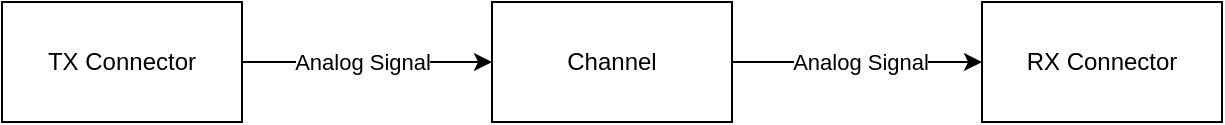
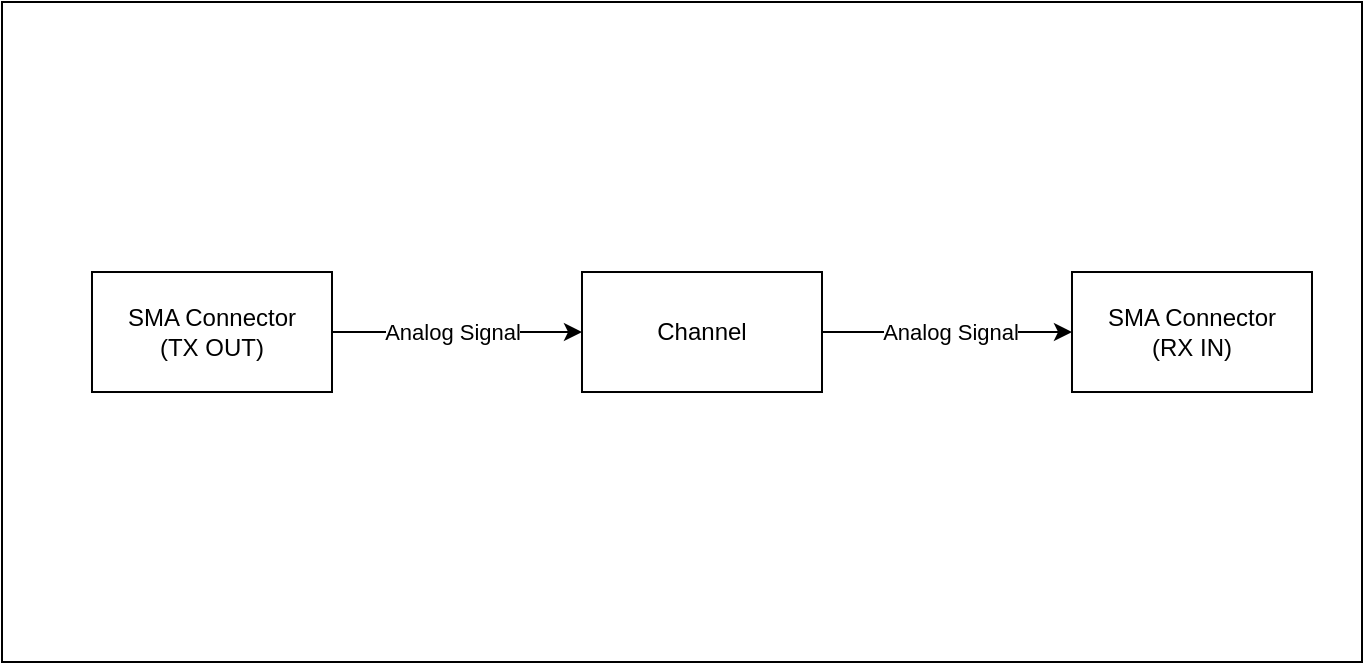
<mxfile host="app.diagrams.net">
  <diagram name="Page-1" id="cBwh0aEz-au7Wqg0l_V9">
-     <mxGraphModel dx="1012" dy="556" grid="1" gridSize="10" guides="1" tooltips="1" connect="1" arrows="1" fold="1" page="1" pageScale="1" pageWidth="850" pageHeight="1100" math="0" shadow="0">
+     <mxGraphModel dx="-44" dy="590" grid="1" gridSize="10" guides="1" tooltips="1" connect="1" arrows="1" fold="1" page="1" pageScale="1" pageWidth="850" pageHeight="1100" math="0" shadow="0">
      <root>
        <mxCell id="0" />
        <mxCell id="1" parent="0" />
-         <mxCell id="DCQ5FoAdGJDRVqD5V9fy-9" parent="1" style="rounded=0;whiteSpace=wrap;html=1;" value="RX Connector" vertex="1">
-           <mxGeometry height="60" width="120" x="670" y="190" as="geometry" />
+         <mxCell id="ORhHNYT2ulyYTPtlXPIA-42" parent="1" style="rounded=0;whiteSpace=wrap;html=1;" value="" vertex="1">
+           <mxGeometry height="330" width="680" x="1210" y="205" as="geometry" />
        </mxCell>
-         <mxCell id="6u0zdsuP37JbfRqQL8Hd-4" edge="1" parent="1" source="DCQ5FoAdGJDRVqD5V9fy-10" style="edgeStyle=orthogonalEdgeStyle;rounded=0;orthogonalLoop=1;jettySize=auto;html=1;exitX=1;exitY=0.5;exitDx=0;exitDy=0;entryX=0;entryY=0.5;entryDx=0;entryDy=0;" target="DCQ5FoAdGJDRVqD5V9fy-9">
+         <mxCell id="ORhHNYT2ulyYTPtlXPIA-68" parent="1" style="rounded=0;whiteSpace=wrap;html=1;" value="SMA Connector&lt;br&gt;(RX IN)" vertex="1">
+           <mxGeometry height="60" width="120" x="1744.9957894736842" y="340.00421052631583" as="geometry" />
+         </mxCell>
+         <mxCell id="ORhHNYT2ulyYTPtlXPIA-69" edge="1" parent="1" source="ORhHNYT2ulyYTPtlXPIA-70" style="edgeStyle=orthogonalEdgeStyle;rounded=0;orthogonalLoop=1;jettySize=auto;html=1;exitX=1;exitY=0.5;exitDx=0;exitDy=0;entryX=0;entryY=0.5;entryDx=0;entryDy=0;" target="ORhHNYT2ulyYTPtlXPIA-68">
          <mxGeometry relative="1" as="geometry" />
        </mxCell>
-         <mxCell id="DCQ5FoAdGJDRVqD5V9fy-10" parent="1" style="rounded=0;whiteSpace=wrap;html=1;" value="Channel" vertex="1">
-           <mxGeometry height="60" width="120" x="425" y="190" as="geometry" />
+         <mxCell id="ORhHNYT2ulyYTPtlXPIA-70" parent="1" style="rounded=0;whiteSpace=wrap;html=1;" value="Channel" vertex="1">
+           <mxGeometry height="60" width="120" x="1499.9957894736842" y="340.00421052631583" as="geometry" />
        </mxCell>
-         <mxCell id="6u0zdsuP37JbfRqQL8Hd-3" edge="1" parent="1" source="DCQ5FoAdGJDRVqD5V9fy-11" style="edgeStyle=orthogonalEdgeStyle;rounded=0;orthogonalLoop=1;jettySize=auto;html=1;exitX=1;exitY=0.5;exitDx=0;exitDy=0;entryX=0;entryY=0.5;entryDx=0;entryDy=0;" target="DCQ5FoAdGJDRVqD5V9fy-10">
+         <mxCell id="ORhHNYT2ulyYTPtlXPIA-71" edge="1" parent="1" source="ORhHNYT2ulyYTPtlXPIA-73" style="edgeStyle=orthogonalEdgeStyle;rounded=0;orthogonalLoop=1;jettySize=auto;html=1;exitX=1;exitY=0.5;exitDx=0;exitDy=0;entryX=0;entryY=0.5;entryDx=0;entryDy=0;" target="ORhHNYT2ulyYTPtlXPIA-70">
          <mxGeometry relative="1" as="geometry" />
        </mxCell>
-         <mxCell id="6u0zdsuP37JbfRqQL8Hd-5" connectable="0" parent="6u0zdsuP37JbfRqQL8Hd-3" style="edgeLabel;html=1;align=center;verticalAlign=middle;resizable=0;points=[];" value="Analog Signal" vertex="1">
+         <mxCell id="ORhHNYT2ulyYTPtlXPIA-72" connectable="0" parent="ORhHNYT2ulyYTPtlXPIA-71" style="edgeLabel;html=1;align=center;verticalAlign=middle;resizable=0;points=[];" value="Analog Signal" vertex="1">
          <mxGeometry relative="1" x="-0.152" y="-1" as="geometry">
            <mxPoint x="7" y="-1" as="offset" />
          </mxGeometry>
        </mxCell>
-         <mxCell id="DCQ5FoAdGJDRVqD5V9fy-11" parent="1" style="rounded=0;whiteSpace=wrap;html=1;" value="TX Connector" vertex="1">
-           <mxGeometry height="60" width="120" x="180" y="190" as="geometry" />
+         <mxCell id="ORhHNYT2ulyYTPtlXPIA-73" parent="1" style="rounded=0;whiteSpace=wrap;html=1;" value="SMA Connector&lt;div&gt;(TX OUT)&lt;/div&gt;" vertex="1">
+           <mxGeometry height="60" width="120" x="1254.9957894736842" y="340.00421052631583" as="geometry" />
        </mxCell>
-         <mxCell id="6u0zdsuP37JbfRqQL8Hd-6" connectable="0" parent="1" style="edgeLabel;html=1;align=center;verticalAlign=middle;resizable=0;points=[];" value="Analog Signal" vertex="1">
-           <mxGeometry x="450" y="250" as="geometry">
+         <mxCell id="ORhHNYT2ulyYTPtlXPIA-74" connectable="0" parent="1" style="edgeLabel;html=1;align=center;verticalAlign=middle;resizable=0;points=[];" value="Analog Signal" vertex="1">
+           <mxGeometry x="1524.9957894736842" y="400.00421052631583" as="geometry">
            <mxPoint x="159" y="-30" as="offset" />
          </mxGeometry>
        </mxCell>
      </root>
    </mxGraphModel>
  </diagram>
</mxfile>
